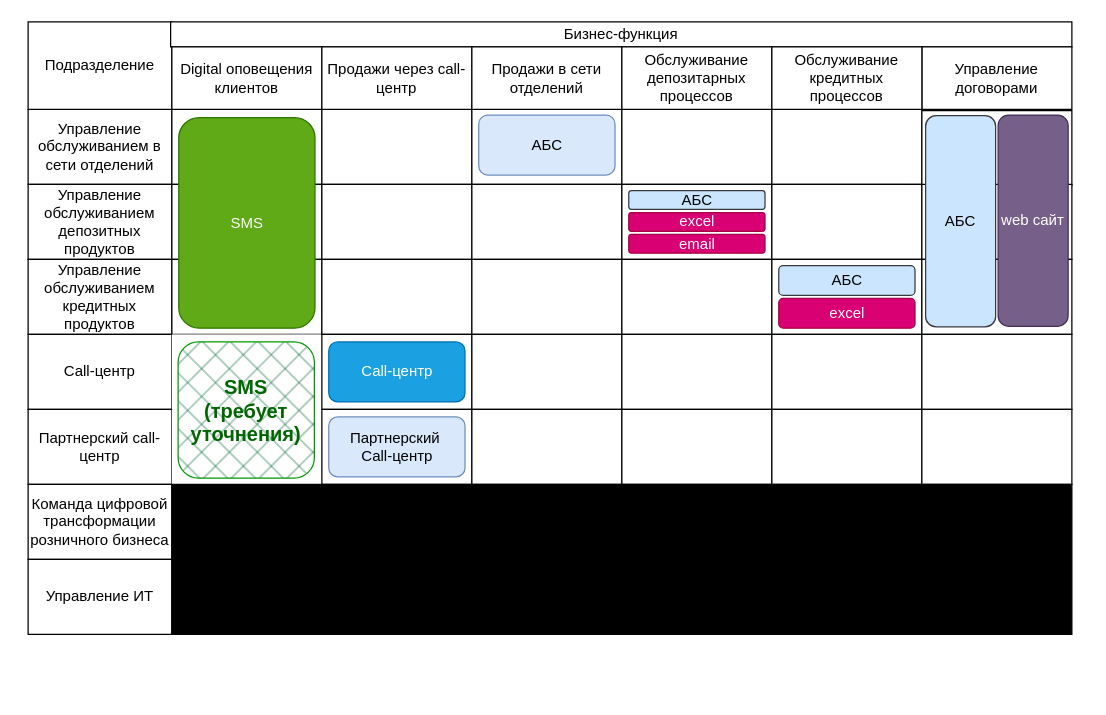
Above: Task1/IT-Landscape.drawio in Kraktorist/standard (draw.io), before the change. Source tidied: cells renumbered, new cells numbered last; positions are measured from the earlier drawing's top-left corner, leaving out a move shared by most shapes. Both pictures are drawn from the tidied source at 125%, with x=0, y=0 at pixel (21, 21).
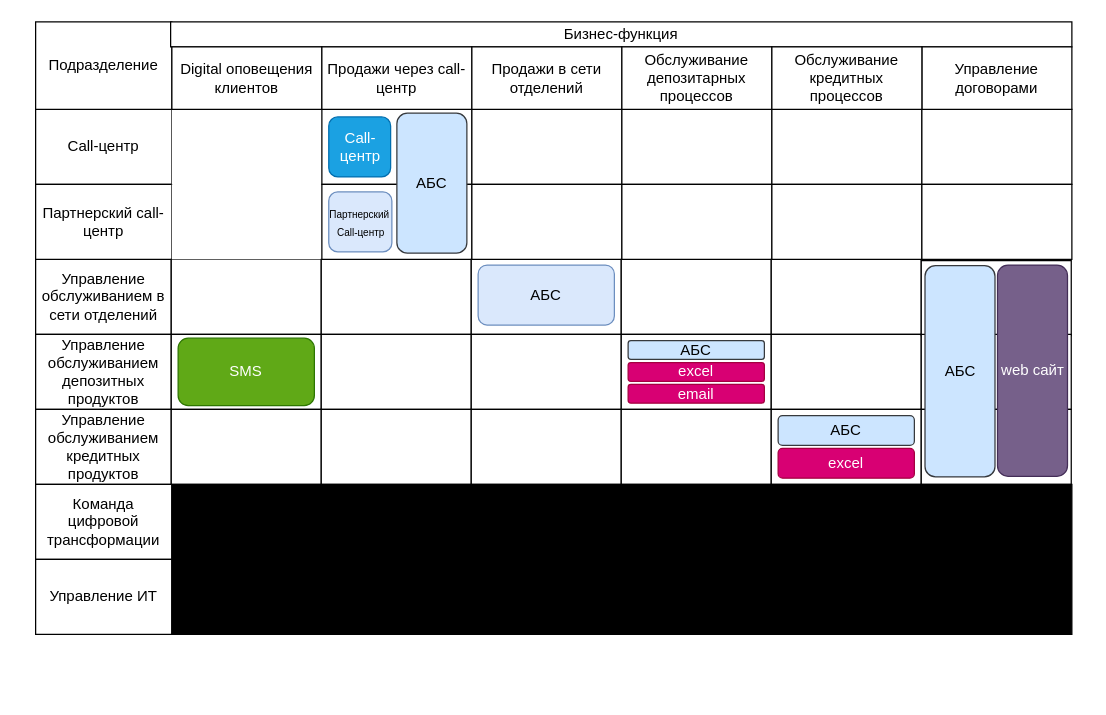
The same diagram, later.

What changed in the source:
```diff
@@
     <mxCell id="3" value="Управление обслуживанием в сети отделений" style="rounded=0;whiteSpace=wrap;html=1;" parent="1" vertex="1">
-      <mxGeometry x="5" y="70" width="115" height="60" as="geometry" />
+      <mxGeometry x="11" y="190" width="108.5" height="60" as="geometry" />
     </mxCell>
     <mxCell id="4" value="Управление обслуживанием депозитных продуктов" style="rounded=0;whiteSpace=wrap;html=1;" parent="1" vertex="1">
-      <mxGeometry x="5" y="130" width="115" height="60" as="geometry" />
+      <mxGeometry x="11" y="250" width="108.5" height="60" as="geometry" />
     </mxCell>
     <mxCell id="5" value="Управление обслуживанием кредитных продуктов" style="rounded=0;whiteSpace=wrap;html=1;" parent="1" vertex="1">
-      <mxGeometry x="5" y="190" width="115" height="60" as="geometry" />
+      <mxGeometry x="11" y="310" width="108.5" height="60" as="geometry" />
     </mxCell>
     <mxCell id="6" value="Call-центр" style="rounded=0;whiteSpace=wrap;html=1;" parent="1" vertex="1">
-      <mxGeometry x="5" y="250" width="115" height="60" as="geometry" />
+      <mxGeometry x="11" y="70" width="109" height="60" as="geometry" />
     </mxCell>
     <mxCell id="7" value="Партнерский call-центр" style="rounded=0;whiteSpace=wrap;html=1;" parent="1" vertex="1">
-      <mxGeometry x="5" y="310" width="115" height="60" as="geometry" />
+      <mxGeometry x="11" y="130" width="109" height="60" as="geometry" />
     </mxCell>
-    <mxCell id="8" value="Команда цифровой трансформации розничного бизнеса" style="rounded=0;whiteSpace=wrap;html=1;" parent="1" vertex="1">
-      <mxGeometry x="5" y="370" width="115" height="60" as="geometry" />
+    <mxCell id="8" value="Команда цифровой трансформации" style="rounded=0;whiteSpace=wrap;html=1;" parent="1" vertex="1">
+      <mxGeometry x="11" y="370" width="109" height="60" as="geometry" />
     </mxCell>
     <mxCell id="9" value="Управление ИТ" style="rounded=0;whiteSpace=wrap;html=1;" parent="1" vertex="1">
-      <mxGeometry x="5" y="430" width="115" height="60" as="geometry" />
+      <mxGeometry x="11" y="430" width="109" height="60" as="geometry" />
     </mxCell>
     <mxCell id="10" value="&lt;div&gt;&lt;span style=&quot;background-color: transparent; color: light-dark(rgb(0, 0, 0), rgb(255, 255, 255));&quot;&gt;Подразделение&lt;/span&gt;&lt;/div&gt;" style="rounded=0;whiteSpace=wrap;html=1;" parent="1" vertex="1">
-      <mxGeometry x="5" width="115" height="70" as="geometry" />
+      <mxGeometry x="11" width="109" height="70" as="geometry" />
     </mxCell>
     <mxCell id="11" style="rounded=0;whiteSpace=wrap;html=1;" parent="1" vertex="1">
-      <mxGeometry x="120" y="70" width="120" height="60" as="geometry" />
+      <mxGeometry x="119.5" y="190" width="120" height="60" as="geometry" />
     </mxCell>
     <mxCell id="12" style="rounded=0;whiteSpace=wrap;html=1;" parent="1" vertex="1">
-      <mxGeometry x="120" y="130" width="120" height="60" as="geometry" />
+      <mxGeometry x="119.5" y="250" width="120" height="60" as="geometry" />
     </mxCell>
     <mxCell id="13" style="rounded=0;whiteSpace=wrap;html=1;" parent="1" vertex="1">
-      <mxGeometry x="120" y="190" width="120" height="60" as="geometry" />
+      <mxGeometry x="119.5" y="310" width="120" height="60" as="geometry" />
     </mxCell>
     <mxCell id="14" style="rounded=0;whiteSpace=wrap;html=1;strokeColor=none;" parent="1" vertex="1">
-      <mxGeometry x="120" y="250" width="120" height="60" as="geometry" />
+      <mxGeometry x="120" y="70" width="120" height="60" as="geometry" />
     </mxCell>
     <mxCell id="15" style="rounded=0;whiteSpace=wrap;html=1;strokeColor=none;" parent="1" vertex="1">
-      <mxGeometry x="120" y="310" width="120" height="60" as="geometry" />
+      <mxGeometry x="120" y="130" width="120" height="60" as="geometry" />
     </mxCell>
     <mxCell id="16" style="rounded=0;whiteSpace=wrap;html=1;" parent="1" vertex="1">
-      <mxGeometry x="240" y="70" width="120" height="60" as="geometry" />
+      <mxGeometry x="239.5" y="190" width="120" height="60" as="geometry" />
     </mxCell>
     <mxCell id="17" style="rounded=0;whiteSpace=wrap;html=1;" parent="1" vertex="1">
-      <mxGeometry x="240" y="130" width="120" height="60" as="geometry" />
+      <mxGeometry x="239.5" y="250" width="120" height="60" as="geometry" />
     </mxCell>
     <mxCell id="18" style="rounded=0;whiteSpace=wrap;html=1;" parent="1" vertex="1">
-      <mxGeometry x="240" y="190" width="120" height="60" as="geometry" />
+      <mxGeometry x="239.5" y="310" width="120" height="60" as="geometry" />
     </mxCell>
     <mxCell id="19" style="rounded=0;whiteSpace=wrap;html=1;" parent="1" vertex="1">
-      <mxGeometry x="240" y="250" width="120" height="60" as="geometry" />
+      <mxGeometry x="240" y="70" width="120" height="60" as="geometry" />
     </mxCell>
     <mxCell id="20" style="rounded=0;whiteSpace=wrap;html=1;" parent="1" vertex="1">
-      <mxGeometry x="240" y="310" width="120" height="60" as="geometry" />
+      <mxGeometry x="240" y="130" width="120" height="60" as="geometry" />
     </mxCell>
     <mxCell id="21" value="&lt;div&gt;&lt;br&gt;&lt;/div&gt;&lt;div&gt;&lt;br&gt;&lt;/div&gt;" style="rounded=0;whiteSpace=wrap;html=1;" parent="1" vertex="1">
-      <mxGeometry x="360" y="70" width="120" height="60" as="geometry" />
+      <mxGeometry x="359.5" y="190" width="120" height="60" as="geometry" />
     </mxCell>
     <mxCell id="22" style="rounded=0;whiteSpace=wrap;html=1;" parent="1" vertex="1">
-      <mxGeometry x="360" y="130" width="120" height="60" as="geometry" />
+      <mxGeometry x="359.5" y="250" width="120" height="60" as="geometry" />
     </mxCell>
     <mxCell id="23" style="rounded=0;whiteSpace=wrap;html=1;" parent="1" vertex="1">
-      <mxGeometry x="360" y="190" width="120" height="60" as="geometry" />
+      <mxGeometry x="359.5" y="310" width="120" height="60" as="geometry" />
     </mxCell>
     <mxCell id="24" style="rounded=0;whiteSpace=wrap;html=1;" parent="1" vertex="1">
-      <mxGeometry x="360" y="250" width="120" height="60" as="geometry" />
+      <mxGeometry x="360" y="70" width="120" height="60" as="geometry" />
     </mxCell>
     <mxCell id="25" style="rounded=0;whiteSpace=wrap;html=1;" parent="1" vertex="1">
-      <mxGeometry x="360" y="310" width="120" height="60" as="geometry" />
+      <mxGeometry x="360" y="130" width="120" height="60" as="geometry" />
     </mxCell>
     <mxCell id="26" style="rounded=0;whiteSpace=wrap;html=1;" parent="1" vertex="1">
-      <mxGeometry x="480" y="70" width="120" height="60" as="geometry" />
+      <mxGeometry x="479.5" y="190" width="120" height="60" as="geometry" />
     </mxCell>
     <mxCell id="27" style="rounded=0;whiteSpace=wrap;html=1;" parent="1" vertex="1">
-      <mxGeometry x="480" y="130" width="120" height="60" as="geometry" />
+      <mxGeometry x="479.5" y="250" width="120" height="60" as="geometry" />
     </mxCell>
     <mxCell id="28" style="rounded=0;whiteSpace=wrap;html=1;" parent="1" vertex="1">
-      <mxGeometry x="480" y="190" width="120" height="60" as="geometry" />
+      <mxGeometry x="479.5" y="310" width="120" height="60" as="geometry" />
     </mxCell>
     <mxCell id="29" style="rounded=0;whiteSpace=wrap;html=1;" parent="1" vertex="1">
-      <mxGeometry x="480" y="250" width="120" height="60" as="geometry" />
+      <mxGeometry x="480" y="70" width="120" height="60" as="geometry" />
     </mxCell>
     <mxCell id="30" style="rounded=0;whiteSpace=wrap;html=1;" parent="1" vertex="1">
-      <mxGeometry x="480" y="310" width="120" height="60" as="geometry" />
+      <mxGeometry x="480" y="130" width="120" height="60" as="geometry" />
     </mxCell>
     <mxCell id="31" style="rounded=0;whiteSpace=wrap;html=1;" parent="1" vertex="1">
-      <mxGeometry x="600" y="70" width="120" height="60" as="geometry" />
+      <mxGeometry x="599.5" y="190" width="120" height="60" as="geometry" />
     </mxCell>
     <mxCell id="32" style="rounded=0;whiteSpace=wrap;html=1;" parent="1" vertex="1">
-      <mxGeometry x="600" y="130" width="120" height="60" as="geometry" />
+      <mxGeometry x="599.5" y="250" width="120" height="60" as="geometry" />
     </mxCell>
     <mxCell id="33" style="rounded=0;whiteSpace=wrap;html=1;" parent="1" vertex="1">
-      <mxGeometry x="600" y="190" width="120" height="60" as="geometry" />
+      <mxGeometry x="599.5" y="310" width="120" height="60" as="geometry" />
     </mxCell>
     <mxCell id="34" style="rounded=0;whiteSpace=wrap;html=1;" parent="1" vertex="1">
-      <mxGeometry x="600" y="250" width="120" height="60" as="geometry" />
+      <mxGeometry x="600" y="70" width="120" height="60" as="geometry" />
     </mxCell>
     <mxCell id="35" style="rounded=0;whiteSpace=wrap;html=1;" parent="1" vertex="1">
-      <mxGeometry x="600" y="310" width="120" height="60" as="geometry" />
+      <mxGeometry x="600" y="130" width="120" height="60" as="geometry" />
     </mxCell>
     <mxCell id="36" style="rounded=0;whiteSpace=wrap;html=1;" parent="1" vertex="1">
-      <mxGeometry x="720" y="71" width="120" height="60" as="geometry" />
+      <mxGeometry x="719.5" y="191" width="120" height="60" as="geometry" />
     </mxCell>
     <mxCell id="37" style="rounded=0;whiteSpace=wrap;html=1;" parent="1" vertex="1">
-      <mxGeometry x="720" y="130" width="120" height="60" as="geometry" />
+      <mxGeometry x="719.5" y="250" width="120" height="60" as="geometry" />
     </mxCell>
     <mxCell id="38" style="rounded=0;whiteSpace=wrap;html=1;" parent="1" vertex="1">
-      <mxGeometry x="720" y="190" width="120" height="60" as="geometry" />
+      <mxGeometry x="719.5" y="310" width="120" height="60" as="geometry" />
     </mxCell>
     <mxCell id="39" style="rounded=0;whiteSpace=wrap;html=1;" parent="1" vertex="1">
-      <mxGeometry x="720" y="250" width="120" height="60" as="geometry" />
+      <mxGeometry x="720" y="70" width="120" height="60" as="geometry" />
     </mxCell>
     <mxCell id="40" style="rounded=0;whiteSpace=wrap;html=1;" parent="1" vertex="1">
-      <mxGeometry x="720" y="310" width="120" height="60" as="geometry" />
+      <mxGeometry x="720" y="130" width="120" height="60" as="geometry" />
     </mxCell>
@@
-    <mxCell id="48" value="SMS" style="rounded=1;whiteSpace=wrap;html=1;fillColor=#60a917;fontColor=#ffffff;strokeColor=#2D7600;" parent="1" vertex="1">
-      <mxGeometry x="125.5" y="76.5" width="109" height="168.5" as="geometry" />
+    <mxCell id="48" value="SMS" style="rounded=1;whiteSpace=wrap;html=1;fillColor=light-dark(#60A917,#FFFF00);fontColor=#ffffff;strokeColor=#2D7600;" parent="1" vertex="1">
+      <mxGeometry x="125" y="253" width="109" height="54" as="geometry" />
     </mxCell>
     <mxCell id="49" value="Call-центр" style="rounded=1;whiteSpace=wrap;html=1;fillColor=#1ba1e2;fontColor=#ffffff;strokeColor=#006EAF;" parent="1" vertex="1">
-      <mxGeometry x="245.5" y="256" width="109" height="48" as="geometry" />
+      <mxGeometry x="245.5" y="76" width="49.5" height="48" as="geometry" />
     </mxCell>
-    <mxCell id="50" value="Партнерский&amp;nbsp;&lt;div&gt;Call-центр&lt;/div&gt;" style="rounded=1;whiteSpace=wrap;html=1;fillColor=#dae8fc;strokeColor=#6c8ebf;" parent="1" vertex="1">
-      <mxGeometry x="245.5" y="316" width="109" height="48" as="geometry" />
+    <mxCell id="50" value="&lt;font style=&quot;font-size: 8px;&quot;&gt;Партнерский&amp;nbsp;&lt;/font&gt;&lt;div&gt;&lt;font style=&quot;font-size: 8px;&quot;&gt;Call-центр&lt;/font&gt;&lt;/div&gt;" style="rounded=1;whiteSpace=wrap;html=1;fillColor=light-dark(#DAE8FC,#3333FF);strokeColor=#6c8ebf;" parent="1" vertex="1">
+      <mxGeometry x="245.5" y="136" width="50.5" height="48" as="geometry" />
     </mxCell>
     <mxCell id="51" value="АБС" style="rounded=1;whiteSpace=wrap;html=1;fillColor=#cce5ff;strokeColor=#36393d;" parent="1" vertex="1">
-      <mxGeometry x="723" y="75" width="56" height="169" as="geometry" />
+      <mxGeometry x="722.5" y="195" width="56" height="169" as="geometry" />
     </mxCell>
     <mxCell id="52" value="web сайт" style="rounded=1;whiteSpace=wrap;html=1;fillColor=#76608a;strokeColor=#432D57;fontColor=#ffffff;" parent="1" vertex="1">
-      <mxGeometry x="781" y="74.5" width="56" height="169" as="geometry" />
+      <mxGeometry x="780.5" y="194.5" width="56" height="169" as="geometry" />
     </mxCell>
     <mxCell id="53" value="АБС" style="rounded=1;whiteSpace=wrap;html=1;fillColor=#dae8fc;strokeColor=#6c8ebf;gradientColor=none;" parent="1" vertex="1">
-      <mxGeometry x="365.5" y="74.5" width="109" height="48" as="geometry" />
+      <mxGeometry x="365" y="194.5" width="109" height="48" as="geometry" />
     </mxCell>
     <mxCell id="54" value="АБС" style="rounded=1;whiteSpace=wrap;html=1;fillColor=#cce5ff;strokeColor=#36393d;" parent="1" vertex="1">
-      <mxGeometry x="485.5" y="135" width="109" height="15" as="geometry" />
+      <mxGeometry x="485" y="255" width="109" height="15" as="geometry" />
     </mxCell>
     <mxCell id="55" value="excel" style="rounded=1;whiteSpace=wrap;html=1;fillColor=light-dark(#D80073,#CCFFE6);fontColor=#ffffff;strokeColor=light-dark(#A50040,#333333);" parent="1" vertex="1">
-      <mxGeometry x="485.5" y="152.5" width="109" height="15" as="geometry" />
+      <mxGeometry x="485" y="272.5" width="109" height="15" as="geometry" />
     </mxCell>
     <mxCell id="56" value="АБС" style="rounded=1;whiteSpace=wrap;html=1;fillColor=#cce5ff;strokeColor=#36393d;" parent="1" vertex="1">
-      <mxGeometry x="605.5" y="195" width="109" height="23.8" as="geometry" />
+      <mxGeometry x="605" y="315" width="109" height="23.8" as="geometry" />
     </mxCell>
     <mxCell id="57" value="excel" style="rounded=1;whiteSpace=wrap;html=1;fillColor=light-dark(#D80073,#CCFFE6);fontColor=#ffffff;strokeColor=light-dark(#A50040,#333333);" parent="1" vertex="1">
-      <mxGeometry x="605.5" y="221.2" width="109" height="23.8" as="geometry" />
+      <mxGeometry x="605" y="341.2" width="109" height="23.8" as="geometry" />
     </mxCell>
     <mxCell id="58" value="email" style="rounded=1;whiteSpace=wrap;html=1;fillColor=light-dark(#D80073,#CCFFE6);fontColor=#ffffff;strokeColor=light-dark(#A50040,#333333);" parent="1" vertex="1">
-      <mxGeometry x="485.5" y="170" width="109" height="15" as="geometry" />
+      <mxGeometry x="485" y="290" width="109" height="15" as="geometry" />
     </mxCell>
-    <mxCell id="59" value="SMS&lt;div&gt;(требует уточнения)&lt;/div&gt;" style="rounded=1;whiteSpace=wrap;html=1;fillColor=#006633;fontColor=light-dark(#006600,#336600);strokeColor=#009900;fillStyle=cross-hatch;strokeWidth=1;perimeterSpacing=0;fontStyle=1;fontSize=16;gradientColor=none;" parent="1" vertex="1">
-      <mxGeometry x="125" y="256" width="109" height="109" as="geometry" />
-    </mxCell>
@@
+    <mxCell id="61" value="АБС" style="rounded=1;whiteSpace=wrap;html=1;fillColor=#cce5ff;strokeColor=#36393d;" parent="1" vertex="1">
+      <mxGeometry x="300" y="73" width="56" height="112" as="geometry" />
+    </mxCell>
```
